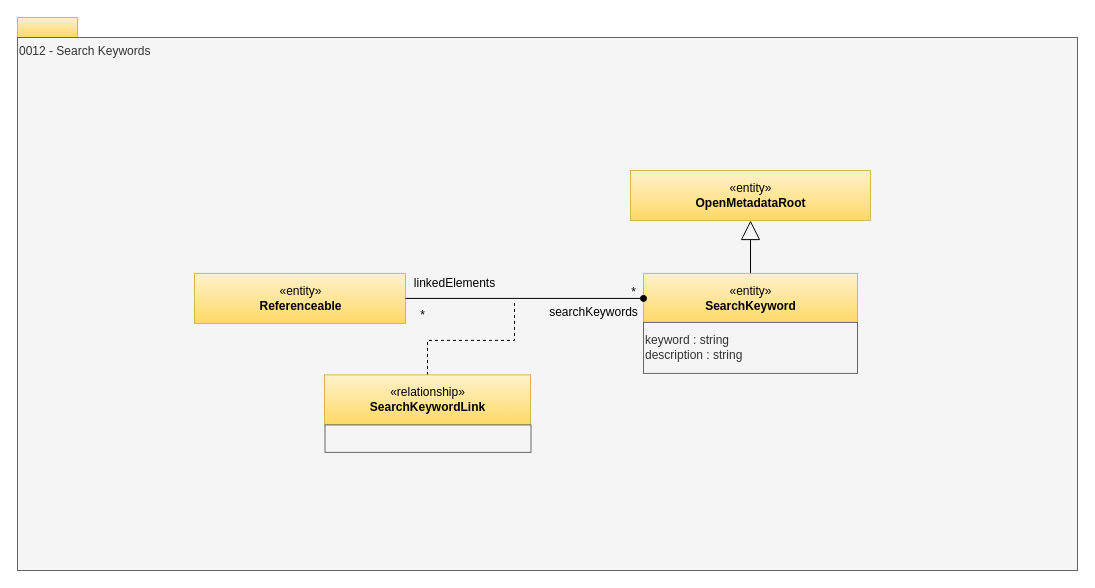
The draw.io diagram page "0012-Search-Keywords" (6 of 31) of site/docs/types/0/area-0-basic-types-and-infrastructure.drawio in odpi/egeria-docs, before the edit. Source tidied: cells renumbered, new cells numbered last; positions are measured from the earlier drawing's top-left corner, leaving out a move shared by most shapes. Both pictures are drawn from the tidied source at 100%, with x=0, y=0 at pixel (17, 17).
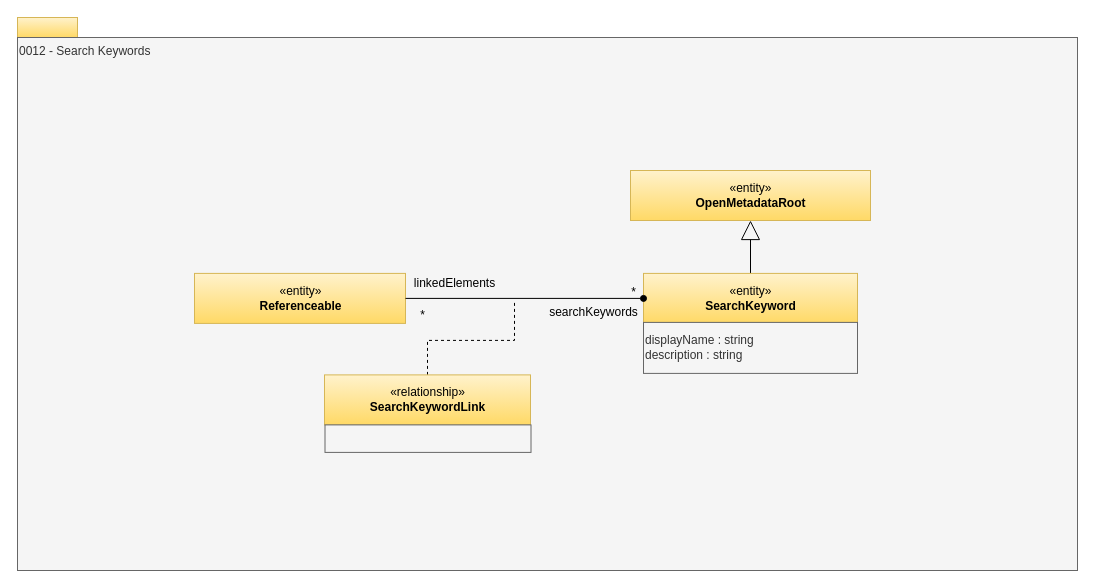
The same page after the edit.

The edit, as a diff of the source:
```diff
@@
 <mxGraphModel>
   <root>
     <mxCell id="0" />
     <mxCell id="1" parent="0" />
     <mxCell id="2" style="rounded=0;whiteSpace=wrap;html=1;align=left;fillColor=#fff2cc;strokeColor=#d6b656;gradientColor=#ffd966;" parent="1" vertex="1">
       <mxGeometry width="60" height="20" as="geometry" />
     </mxCell>
     <mxCell id="3" value="0012 - Search Keywords" style="rounded=0;whiteSpace=wrap;html=1;align=left;verticalAlign=top;fillColor=#f5f5f5;fontColor=#333333;strokeColor=#666666;" parent="1" vertex="1">
       <mxGeometry y="20" width="1060" height="533" as="geometry" />
     </mxCell>
     <mxCell id="4" value="«entity»&lt;br&gt;&lt;b&gt;Referenceable&lt;/b&gt;" style="html=1;strokeColor=#d6b656;align=center;fillColor=#fff2cc;gradientColor=#ffd966;" parent="1" vertex="1">
       <mxGeometry x="177" y="255.9" width="211" height="50" as="geometry" />
     </mxCell>
     <mxCell id="5" style="edgeStyle=orthogonalEdgeStyle;rounded=0;jettySize=auto;html=1;entryX=0.5;entryY=1;entryDx=0;entryDy=0;endArrow=block;endFill=0;endSize=17;" parent="1" edge="1" source="6" target="15">
       <mxGeometry relative="1" as="geometry" />
     </mxCell>
     <mxCell id="6" value="«entity»&lt;br&gt;&lt;b&gt;SearchKeyword&lt;/b&gt;" style="html=1;strokeColor=#d6b656;align=center;fillColor=#fff2cc;gradientColor=#ffd966;" parent="1" vertex="1">
       <mxGeometry x="626" y="255.9" width="214" height="50" as="geometry" />
     </mxCell>
-    <mxCell id="7" value="keyword : string&lt;br&gt;description : string&lt;br&gt;&lt;div style=&quot;text-align: left&quot;&gt;&lt;/div&gt;" style="rounded=0;whiteSpace=wrap;html=1;strokeColor=#666666;align=left;fillColor=#f5f5f5;fontColor=#333333;" parent="1" vertex="1">
+    <mxCell id="7" value="displayName : string&lt;br&gt;description : string&lt;br&gt;&lt;div style=&quot;text-align: left&quot;&gt;&lt;/div&gt;" style="rounded=0;whiteSpace=wrap;html=1;strokeColor=#666666;align=left;fillColor=#f5f5f5;fontColor=#333333;" parent="1" vertex="1">
       <mxGeometry x="626" y="304.9" width="214" height="51" as="geometry" />
     </mxCell>
     <mxCell id="8" style="edgeStyle=orthogonalEdgeStyle;rounded=0;html=1;exitX=0.5;exitY=0;dashed=1;endArrow=none;endFill=0;jettySize=auto;exitDx=0;exitDy=0;" parent="1" edge="1" source="9">
       <mxGeometry relative="1" as="geometry">
         <mxPoint x="497" y="282.9" as="targetPoint" />
         <Array as="points">
           <mxPoint x="410" y="322.9" />
           <mxPoint x="497" y="322.9" />
         </Array>
       </mxGeometry>
     </mxCell>
     <mxCell id="9" value="«relationship»&lt;br&gt;&lt;b&gt;SearchKeywordLink&lt;/b&gt;" style="html=1;strokeColor=#d6b656;align=center;fillColor=#fff2cc;gradientColor=#ffd966;" parent="1" vertex="1">
       <mxGeometry x="307" y="357.4" width="206" height="50" as="geometry" />
     </mxCell>
     <mxCell id="10" style="rounded=0;whiteSpace=wrap;html=1;strokeColor=#666666;align=left;fillColor=#f5f5f5;fontColor=#333333;" parent="1" vertex="1">
       <mxGeometry x="307.5" y="407.4" width="206" height="27.5" as="geometry" />
     </mxCell>
     <mxCell id="11" value="linkedElements" style="text;html=1;align=center;verticalAlign=top;spacingTop=-4;" parent="1" vertex="1">
       <mxGeometry x="387" y="255.9" width="100" height="20" as="geometry" />
     </mxCell>
     <mxCell id="12" value="*" style="text;html=1;align=center;verticalAlign=top;spacingTop=-4;" parent="1" vertex="1">
       <mxGeometry x="606" y="264.9" width="20" height="20" as="geometry" />
     </mxCell>
     <mxCell id="13" value="*" style="text;html=1;align=center;verticalAlign=top;spacingTop=-4;" parent="1" vertex="1">
       <mxGeometry x="397" y="287.9" width="15" height="14" as="geometry" />
     </mxCell>
     <mxCell id="14" value="searchKeywords" style="text;html=1;align=center;verticalAlign=top;spacingTop=-4;" parent="1" vertex="1">
       <mxGeometry x="526" y="284.9" width="100" height="20" as="geometry" />
     </mxCell>
     <mxCell id="15" value="«entity»&lt;br&gt;&lt;b&gt;OpenMetadataRoot&lt;/b&gt;" style="html=1;strokeColor=#d6b656;align=center;fillColor=#fff2cc;gradientColor=#ffd966;" parent="1" vertex="1">
       <mxGeometry x="613" y="153" width="240" height="50" as="geometry" />
     </mxCell>
     <mxCell id="16" style="edgeStyle=orthogonalEdgeStyle;rounded=0;jettySize=auto;html=1;exitX=1;exitY=0.5;exitDx=0;exitDy=0;endArrow=oval;endFill=1;" parent="1" edge="1" source="4" target="6">
       <mxGeometry relative="1" as="geometry" />
     </mxCell>
   </root>
 </mxGraphModel>
```
